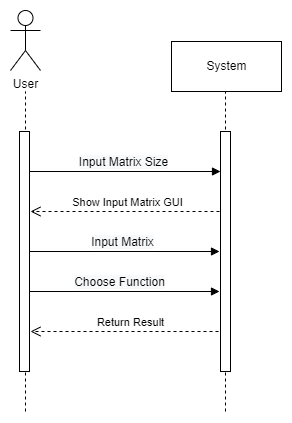
Before: final/diagram/matrix_sequence_diagram.drawio.png, a diagram exported from draw.io (lsealedl/Row_Echelon_Matrix). Source tidied: cells renumbered, new cells last; positions are measured from the earlier drawing's top-left corner, leaving out a move shared by most shapes. Source of this version:
```xml
<mxGraphModel>
  <root>
    <mxCell id="0" />
    <mxCell id="1" parent="0" />
    <mxCell id="2" value="User" style="shape=umlActor;verticalLabelPosition=bottom;verticalAlign=top;html=1;glass=0;" parent="1" vertex="1">
      <mxGeometry width="30" height="60" as="geometry" />
    </mxCell>
    <mxCell id="3" style="endArrow=none;html=1;rounded=0;dashed=1;" parent="1" edge="1">
      <mxGeometry relative="1" as="geometry">
        <mxPoint x="15" y="401" as="sourcePoint" />
        <mxPoint x="15" y="81" as="targetPoint" />
      </mxGeometry>
    </mxCell>
    <mxCell id="4" style="endArrow=none;html=1;rounded=0;dashed=1;" parent="1" edge="1">
      <mxGeometry relative="1" as="geometry">
        <mxPoint x="215" y="401" as="sourcePoint" />
        <mxPoint x="215" y="81" as="targetPoint" />
      </mxGeometry>
    </mxCell>
    <mxCell id="5" value="&lt;span style=&quot;font-size: 12px; background-color: rgb(248, 249, 250);&quot;&gt;Input Matrix Size&lt;/span&gt;" style="html=1;verticalAlign=bottom;endArrow=block;rounded=0;strokeWidth=1;" parent="1" edge="1">
      <mxGeometry relative="1" as="geometry">
        <mxPoint x="15" y="161" as="sourcePoint" />
        <mxPoint x="210" y="161" as="targetPoint" />
      </mxGeometry>
    </mxCell>
    <mxCell id="6" value="Show Input Matrix GUI" style="html=1;verticalAlign=bottom;endArrow=open;dashed=1;endSize=8;rounded=0;" parent="1" edge="1">
      <mxGeometry relative="1" as="geometry">
        <mxPoint x="215" y="201" as="sourcePoint" />
        <mxPoint x="20" y="201" as="targetPoint" />
      </mxGeometry>
    </mxCell>
    <mxCell id="7" value="&lt;span style=&quot;font-size: 12px; background-color: rgb(248, 249, 250);&quot;&gt;Input Matrix&lt;/span&gt;" style="html=1;verticalAlign=bottom;endArrow=block;rounded=0;entryX=0;entryY=0.5;entryDx=0;entryDy=0;" parent="1" edge="1">
      <mxGeometry relative="1" as="geometry">
        <mxPoint x="14" y="241" as="sourcePoint" />
        <mxPoint x="209" y="241" as="targetPoint" />
      </mxGeometry>
    </mxCell>
    <mxCell id="8" value="&lt;span style=&quot;font-size: 12px; background-color: rgb(248, 249, 250);&quot;&gt;Choose Function&lt;/span&gt;" style="html=1;verticalAlign=bottom;endArrow=block;rounded=0;" parent="1" edge="1">
      <mxGeometry relative="1" as="geometry">
        <mxPoint x="9" y="281" as="sourcePoint" />
        <mxPoint x="209" y="281" as="targetPoint" />
      </mxGeometry>
    </mxCell>
    <mxCell id="9" value="Return Result" style="html=1;verticalAlign=bottom;endArrow=open;dashed=1;endSize=8;rounded=0;" parent="1" edge="1">
      <mxGeometry relative="1" as="geometry">
        <mxPoint x="220" y="321" as="sourcePoint" />
        <mxPoint x="20" y="321" as="targetPoint" />
      </mxGeometry>
    </mxCell>
    <mxCell id="10" value="System" style="html=1;glass=0;" parent="1" vertex="1">
      <mxGeometry x="161" y="31" width="110" height="50" as="geometry" />
    </mxCell>
    <mxCell id="11" style="rounded=0;whiteSpace=wrap;html=1;glass=0;" parent="1" vertex="1">
      <mxGeometry x="210" y="121" width="10" height="240" as="geometry" />
    </mxCell>
    <mxCell id="12" style="rounded=0;whiteSpace=wrap;html=1;glass=0;" parent="1" vertex="1">
      <mxGeometry x="9" y="121" width="10" height="240" as="geometry" />
    </mxCell>
  </root>
</mxGraphModel>
```
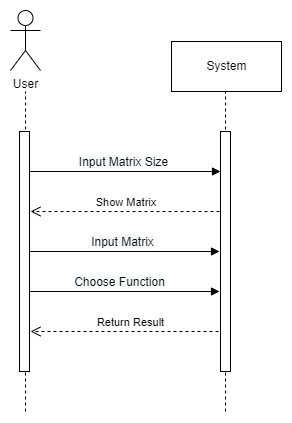
After the change.

The edit, as a diff of the source:
```diff
@@ -23,7 +23,7 @@
         <mxPoint x="210" y="161" as="targetPoint" />
       </mxGeometry>
     </mxCell>
-    <mxCell id="6" value="Show Input Matrix GUI" style="html=1;verticalAlign=bottom;endArrow=open;dashed=1;endSize=8;rounded=0;" parent="1" edge="1">
+    <mxCell id="6" value="Show Matrix&amp;nbsp;" style="html=1;verticalAlign=bottom;endArrow=open;dashed=1;endSize=8;rounded=0;" parent="1" edge="1">
       <mxGeometry relative="1" as="geometry">
         <mxPoint x="215" y="201" as="sourcePoint" />
         <mxPoint x="20" y="201" as="targetPoint" />
```
